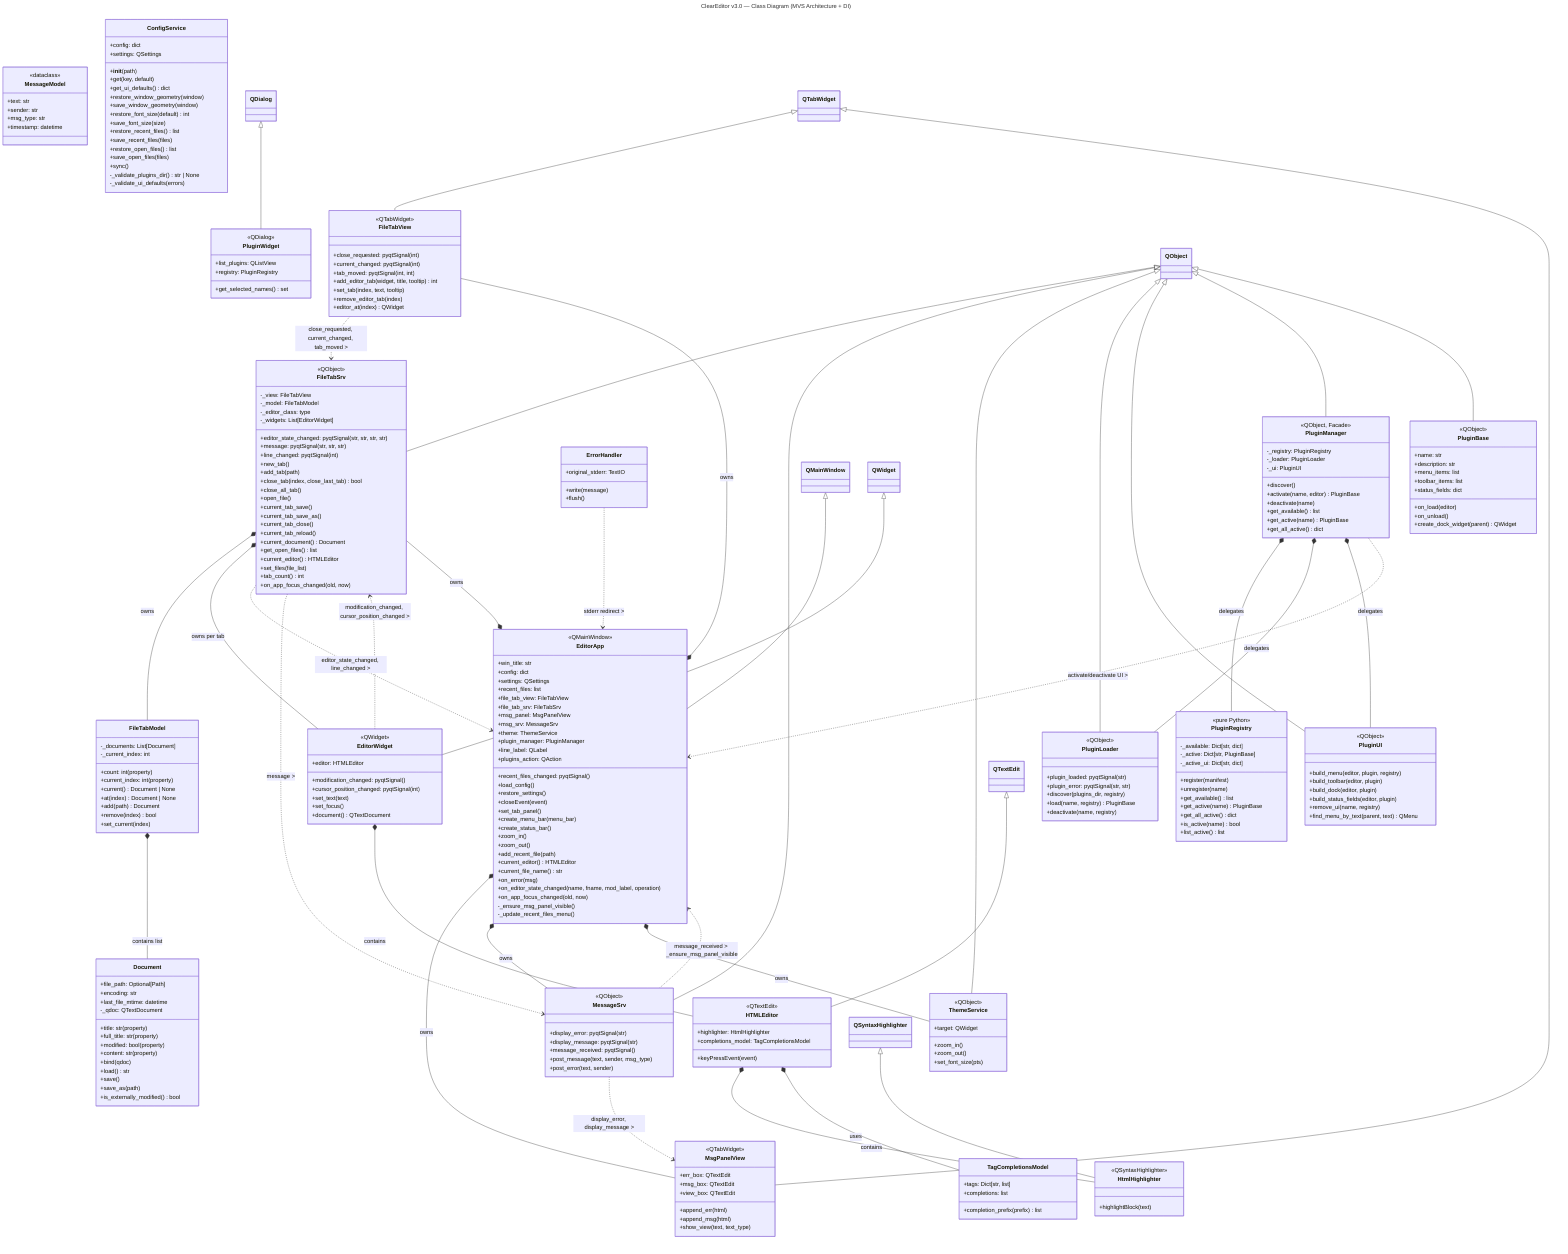
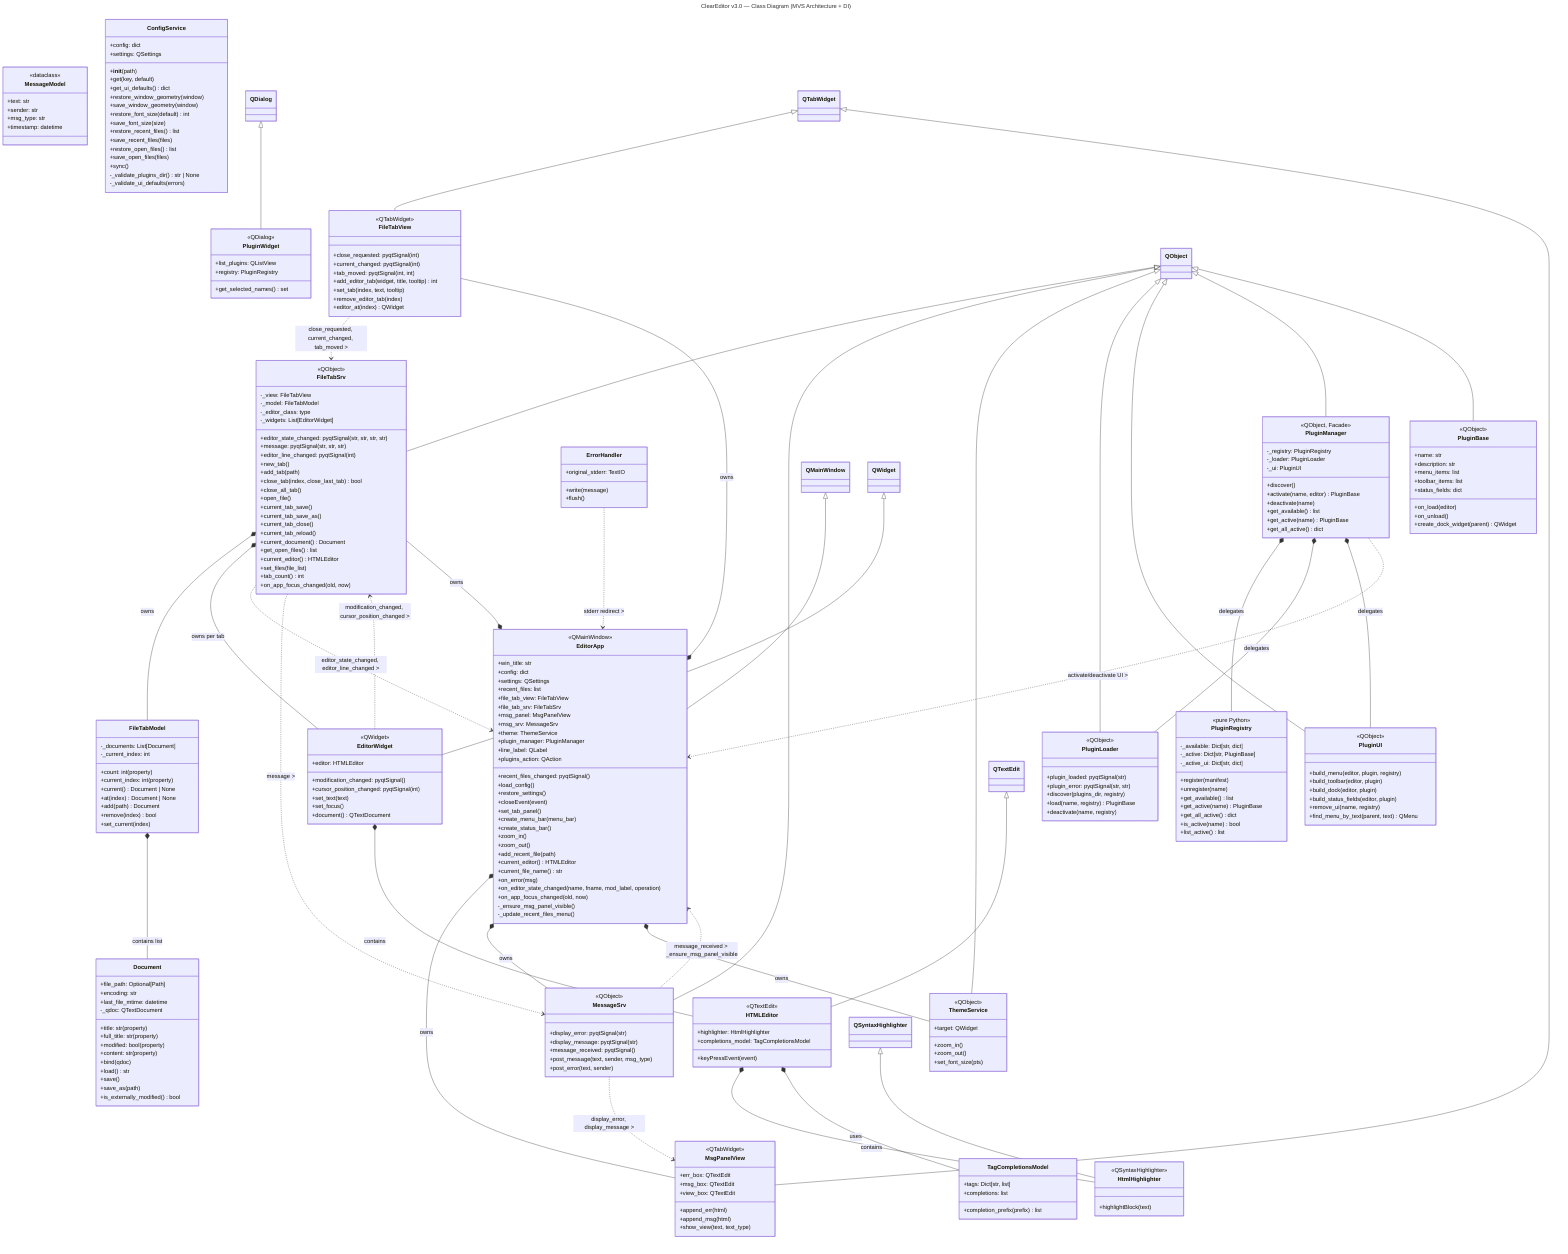
---
title: ClearEditor v3.0 — Class Diagram (MVS Architecture + DI)
---

classDiagram
    direction TB

    %% ======================== MODELS (pure Python) ========================
    class Document {
        +file_path: Optional[Path]
        +encoding: str
        +last_file_mtime: datetime
        -_qdoc: QTextDocument
        +title: str (property)
        +full_title: str (property)
        +modified: bool (property)
        +content: str (property)
        +bind(qdoc)
        +load() str
        +save()
        +save_as(path)
        +is_externally_modified() bool
    }

    class FileTabModel {
        -_documents: List[Document]
        -_current_index: int
        +count: int (property)
        +current_index: int (property)
        +current() Document | None
        +at(index) Document | None
        +add(path) Document
        +remove(index) bool
        +set_current(index)
    }

    class MessageModel {
        <<dataclass>>
        +text: str
        +sender: str
        +msg_type: str
        +timestamp: datetime
    }

    class TagCompletionsModel {
        +tags: Dict[str, list]
        +completions: list
        +completion_prefix(prefix) list
    }

    class PluginRegistry {
        <<pure Python>>
        -_available: Dict[str, dict]
        -_active: Dict[str, PluginBase]
        -_active_ui: Dict[str, dict]
        +register(manifest)
        +unregister(name)
        +get_available() list
        +get_active(name) PluginBase
        +get_all_active() dict
        +is_active(name) bool
        +list_active() list
    }

    %% ======================== VIEWS (Qt widgets) ========================
    class FileTabView {
        <<QTabWidget>>
        +close_requested: pyqtSignal(int)
        +current_changed: pyqtSignal(int)
        +tab_moved: pyqtSignal(int, int)
        +add_editor_tab(widget, title, tooltip) int
        +set_tab(index, text, tooltip)
        +remove_editor_tab(index)
        +editor_at(index) QWidget
    }

    class EditorWidget {
        <<QWidget>>
        +modification_changed: pyqtSignal()
        +cursor_position_changed: pyqtSignal(int)
        +editor: HTMLEditor
        +set_text(text)
        +set_focus()
        +document() QTextDocument
    }

    class HTMLEditor {
        <<QTextEdit>>
        +highlighter: HtmlHighlighter
        +completions_model: TagCompletionsModel
        +keyPressEvent(event)
    }

    class HtmlHighlighter {
        <<QSyntaxHighlighter>>
        +highlightBlock(text)
    }

    class MsgPanelView {
        <<QTabWidget>>
        +err_box: QTextEdit
        +msg_box: QTextEdit
        +view_box: QTextEdit
        +append_err(html)
        +append_msg(html)
        +show_view(text, text_type)
    }

    class PluginUI {
        <<QObject>>
        +build_menu(editor, plugin, registry)
        +build_toolbar(editor, plugin)
        +build_dock(editor, plugin)
        +build_status_fields(editor, plugin)
        +remove_ui(name, registry)
        +find_menu_by_text(parent, text) QMenu
    }

    class PluginWidget {
        <<QDialog>>
        +list_plugins: QListView
        +registry: PluginRegistry
        +get_selected_names() set
    }

    %% ======================== SERVICES (business logic) ========================
    class FileTabSrv {
        <<QObject>>
        +editor_state_changed: pyqtSignal(str, str, str, str)
        +message: pyqtSignal(str, str, str)
-         +line_changed: pyqtSignal(int)
+         +editor_line_changed: pyqtSignal(int)
        -_view: FileTabView
        -_model: FileTabModel
        -_editor_class: type
        -_widgets: List[EditorWidget]
        +new_tab()
        +add_tab(path)
        +close_tab(index, close_last_tab) bool
        +close_all_tab()
        +open_file()
        +current_tab_save()
        +current_tab_save_as()
        +current_tab_close()
        +current_tab_reload()
        +current_document() Document
        +get_open_files() list
        +current_editor() HTMLEditor
        +set_files(file_list)
        +tab_count() int
        +on_app_focus_changed(old, now)
    }

    class MessageSrv {
        <<QObject>>
        +display_error: pyqtSignal(str)
        +display_message: pyqtSignal(str)
        +message_received: pyqtSignal()
        +post_message(text, sender, msg_type)
        +post_error(text, sender)
    }

    class ConfigService {
        +config: dict
        +settings: QSettings
        +__init__(path)
        +get(key, default)
        +get_ui_defaults() dict
        +restore_window_geometry(window)
        +save_window_geometry(window)
        +restore_font_size(default) int
        +save_font_size(size)
        +restore_recent_files() list
        +save_recent_files(files)
        +restore_open_files() list
        +save_open_files(files)
        +sync()
        -_validate_plugins_dir() str | None
        -_validate_ui_defaults(errors)
    }

    class ThemeService {
        <<QObject>>
        +target: QWidget
        +zoom_in()
        +zoom_out()
        +set_font_size(pts)
    }

    class PluginLoader {
        <<QObject>>
        +plugin_loaded: pyqtSignal(str)
        +plugin_error: pyqtSignal(str, str)
        +discover(plugins_dir, registry)
        +load(name, registry) PluginBase
        +deactivate(name, registry)
    }

    class ErrorHandler {
        +original_stderr: TextIO
        +write(message)
        +flush()
    }

    %% ======================== FACADE ========================
    class PluginManager {
        <<QObject, Facade>>
        +discover()
        +activate(name, editor) PluginBase
        +deactivate(name)
        +get_available() list
        +get_active(name) PluginBase
        +get_all_active() dict
        -_registry: PluginRegistry
        -_loader: PluginLoader
        -_ui: PluginUI
    }

    class PluginBase {
        <<QObject>>
        +name: str
        +description: str
        +menu_items: list
        +toolbar_items: list
        +status_fields: dict
        +on_load(editor)
        +on_unload()
        +create_dock_widget(parent) QWidget
    }

    %% ======================== APPLICATION (orchestrator) ========================
    class EditorApp {
        <<QMainWindow>>
        +recent_files_changed: pyqtSignal()
        +win_title: str
        +config: dict
        +settings: QSettings
        +recent_files: list
        +file_tab_view: FileTabView
        +file_tab_srv: FileTabSrv
        +msg_panel: MsgPanelView
        +msg_srv: MessageSrv
        +theme: ThemeService
        +plugin_manager: PluginManager
        +line_label: QLabel
        +plugins_action: QAction
        +load_config()
        +restore_settings()
        +closeEvent(event)
        +set_tab_panel()
        +create_menu_bar(menu_bar)
        +create_status_bar()
        +zoom_in()
        +zoom_out()
        +add_recent_file(path)
        +current_editor() HTMLEditor
        +current_file_name() str
        +on_error(msg)
        +on_editor_state_changed(name, fname, mod_label, operation)
        +on_app_focus_changed(old, now)
        -_ensure_msg_panel_visible()
        -_update_recent_files_menu()
    }

    %% ======================== INHERITANCE ========================
    QMainWindow <|-- EditorApp
    QTabWidget <|-- FileTabView
    QTabWidget <|-- MsgPanelView
    QWidget <|-- EditorWidget
    QTextEdit <|-- HTMLEditor
    QSyntaxHighlighter <|-- HtmlHighlighter
    QObject <|-- FileTabSrv
    QObject <|-- MessageSrv
    QObject <|-- ThemeService
    QObject <|-- PluginLoader
    QObject <|-- PluginUI
    QObject <|-- PluginManager
    QObject <|-- PluginBase
    QDialog <|-- PluginWidget

    %% ======================== COMPOSITION ========================
    EditorApp *-- FileTabView : owns
    EditorApp *-- FileTabSrv : owns
    EditorApp *-- MsgPanelView : owns
    EditorApp *-- MessageSrv : owns
    EditorApp *-- ThemeService : owns
    FileTabSrv *-- FileTabModel : owns
    FileTabSrv *-- EditorWidget : owns per tab
    FileTabModel *-- Document : contains list
    EditorWidget *-- HTMLEditor : contains
    HTMLEditor *-- HtmlHighlighter : contains
    HTMLEditor *-- TagCompletionsModel : uses
    PluginManager *-- PluginRegistry : delegates
    PluginManager *-- PluginLoader : delegates
    PluginManager *-- PluginUI : delegates

    %% ======================== SIGNAL CONNECTIONS ========================
    FileTabView ..> FileTabSrv : close_requested, current_changed, tab_moved >
    EditorWidget ..> FileTabSrv : modification_changed, cursor_position_changed >
-     FileTabSrv ..> EditorApp : editor_state_changed, line_changed >
+     FileTabSrv ..> EditorApp : editor_state_changed, editor_line_changed >
    FileTabSrv ..> MessageSrv : message >
    MessageSrv ..> MsgPanelView : display_error, display_message >
    MessageSrv ..> EditorApp : message_received > _ensure_msg_panel_visible
    ErrorHandler ..> EditorApp : stderr redirect >
    PluginManager ..> EditorApp : activate/deactivate UI >
